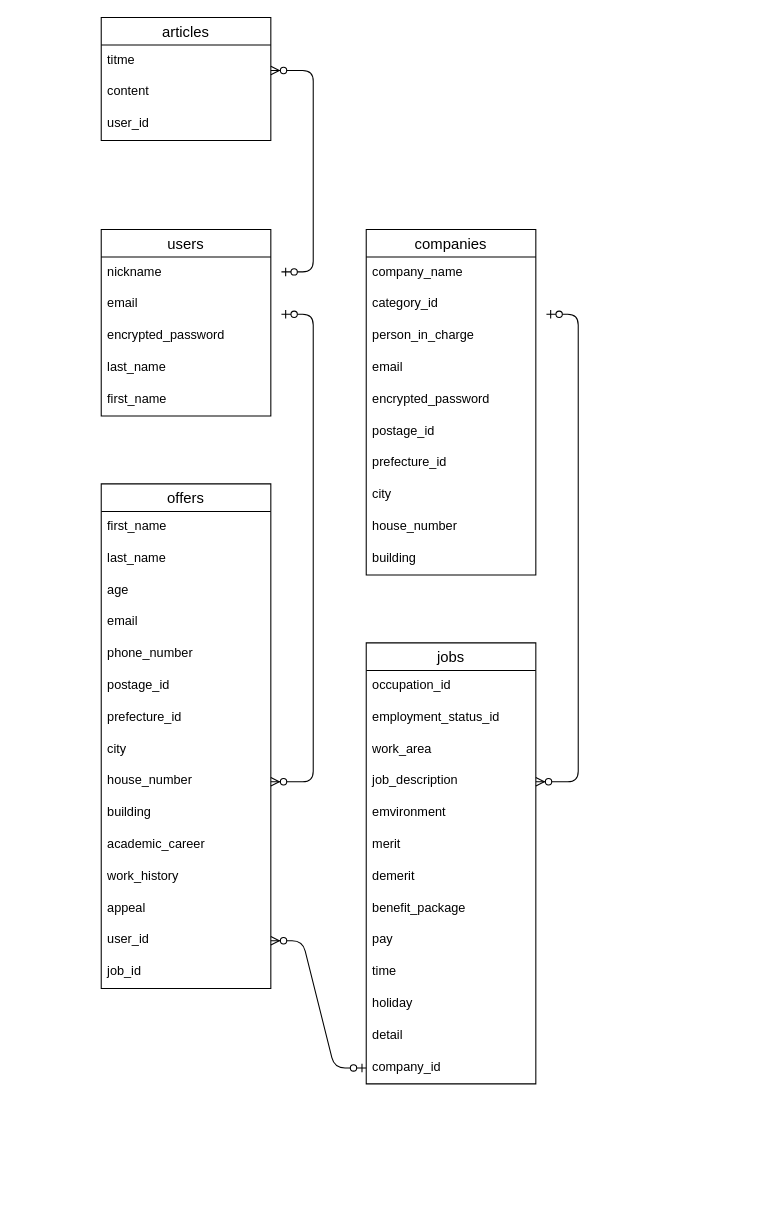
The draw.io diagram tsunagu.dio in dwarfsawfish/tsunagu, before the edit. Source tidied: cells renumbered, new cells numbered last; positions are measured from the earlier drawing's top-left corner, leaving out a move shared by most shapes. Both pictures are drawn from the tidied source at 106%, with x=0, y=0 at pixel (101, 17).
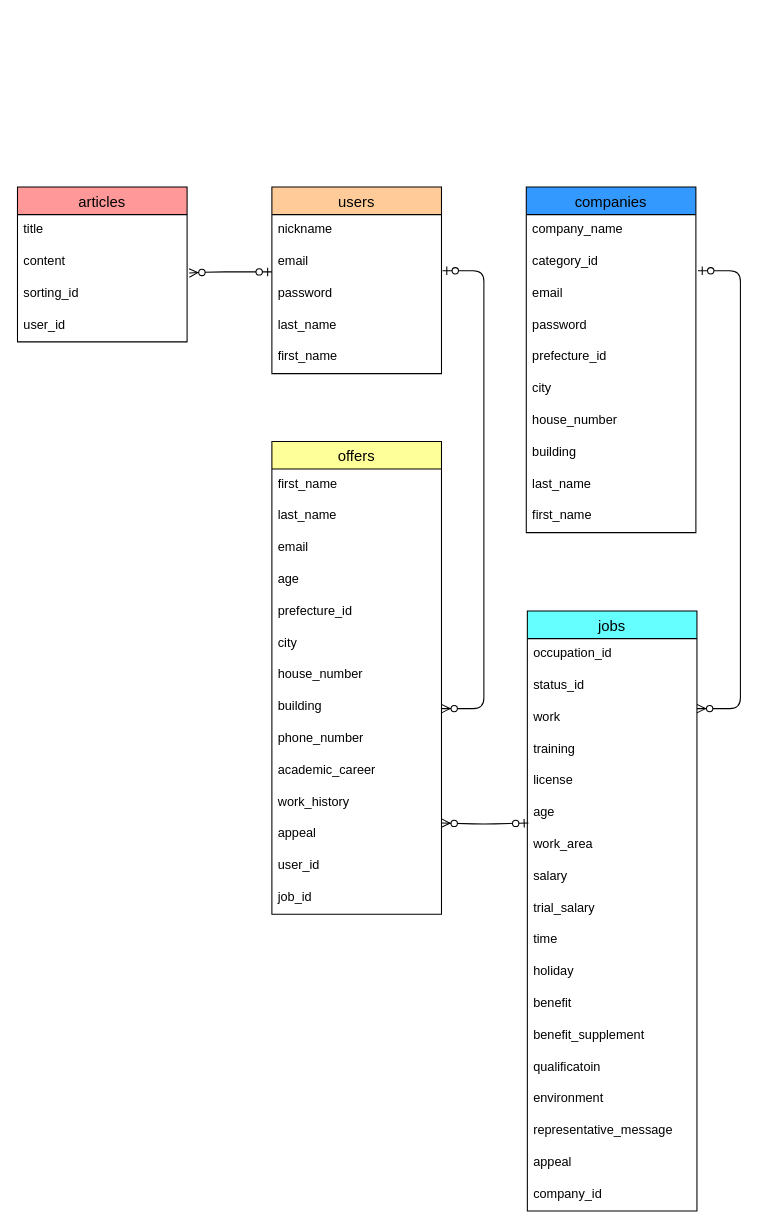
Above is the later version.

What changed in the source:
```diff
@@
-    <mxCell id="2" value="users" style="swimlane;fontStyle=0;horizontal=1;startSize=26;align=center;fontSize=14;" parent="1" vertex="1">
-      <mxGeometry y="200" width="160" height="176" as="geometry" />
+    <mxCell id="2" value="users" style="swimlane;fontStyle=0;horizontal=1;startSize=26;align=center;fontSize=14;fillColor=#FFCC99;" parent="1" vertex="1">
+      <mxGeometry x="161" y="160" width="160" height="176" as="geometry" />
     </mxCell>
@@
-    <mxCell id="5" value="encrypted_password" style="text;strokeColor=none;fillColor=none;spacingLeft=4;spacingRight=4;overflow=hidden;fontSize=12;" parent="2" vertex="1">
+    <mxCell id="5" value="password" style="text;strokeColor=none;fillColor=none;spacingLeft=4;spacingRight=4;overflow=hidden;fontSize=12;" parent="2" vertex="1">
       <mxGeometry y="86" width="160" height="30" as="geometry" />
     </mxCell>
@@
-    <mxCell id="8" value="offers" style="swimlane;fontStyle=0;horizontal=1;startSize=26;align=center;fontSize=14;" parent="1" vertex="1">
-      <mxGeometry y="440" width="160" height="476" as="geometry" />
+    <mxCell id="8" value="offers" style="swimlane;fontStyle=0;horizontal=1;startSize=26;align=center;fontSize=14;fillColor=#FFFF99;" parent="1" vertex="1">
+      <mxGeometry x="161" y="400" width="160" height="446" as="geometry" />
     </mxCell>
@@
+    <mxCell id="12" value="email" style="text;strokeColor=none;fillColor=none;spacingLeft=4;spacingRight=4;overflow=hidden;fontSize=12;" parent="8" vertex="1">
+      <mxGeometry y="86" width="160" height="30" as="geometry" />
+    </mxCell>
     <mxCell id="11" value="age" style="text;strokeColor=none;fillColor=none;spacingLeft=4;spacingRight=4;overflow=hidden;fontSize=12;" parent="8" vertex="1">
-      <mxGeometry y="86" width="160" height="30" as="geometry" />
+      <mxGeometry y="116" width="160" height="30" as="geometry" />
     </mxCell>
-    <mxCell id="12" value="email" style="text;strokeColor=none;fillColor=none;spacingLeft=4;spacingRight=4;overflow=hidden;fontSize=12;" parent="8" vertex="1">
-      <mxGeometry y="116" width="160" height="30" as="geometry" />
-    </mxCell>
-    <mxCell id="13" value="phone_number" style="text;strokeColor=none;fillColor=none;spacingLeft=4;spacingRight=4;overflow=hidden;fontSize=12;" parent="8" vertex="1">
-      <mxGeometry y="146" width="160" height="30" as="geometry" />
-    </mxCell>
-    <mxCell id="14" value="postage_id" style="text;strokeColor=none;fillColor=none;spacingLeft=4;spacingRight=4;overflow=hidden;fontSize=12;" parent="8" vertex="1">
-      <mxGeometry y="176" width="160" height="30" as="geometry" />
-    </mxCell>
     <mxCell id="15" value="prefecture_id" style="text;strokeColor=none;fillColor=none;spacingLeft=4;spacingRight=4;overflow=hidden;fontSize=12;" parent="8" vertex="1">
-      <mxGeometry y="206" width="160" height="30" as="geometry" />
+      <mxGeometry y="146" width="160" height="30" as="geometry" />
     </mxCell>
     <mxCell id="16" value="city" style="text;strokeColor=none;fillColor=none;spacingLeft=4;spacingRight=4;overflow=hidden;fontSize=12;" parent="8" vertex="1">
-      <mxGeometry y="236" width="160" height="30" as="geometry" />
+      <mxGeometry y="176" width="160" height="30" as="geometry" />
     </mxCell>
     <mxCell id="17" value="house_number" style="text;strokeColor=none;fillColor=none;spacingLeft=4;spacingRight=4;overflow=hidden;points=[[0,0.5],[1,0.5]];portConstraint=eastwest;fontSize=12;" parent="8" vertex="1">
-      <mxGeometry y="266" width="160" height="30" as="geometry" />
+      <mxGeometry y="206" width="160" height="30" as="geometry" />
     </mxCell>
     <mxCell id="18" value="building" style="text;strokeColor=none;fillColor=none;spacingLeft=4;spacingRight=4;overflow=hidden;fontSize=12;" parent="8" vertex="1">
-      <mxGeometry y="296" width="160" height="30" as="geometry" />
+      <mxGeometry y="236" width="160" height="30" as="geometry" />
     </mxCell>
+    <mxCell id="13" value="phone_number" style="text;strokeColor=none;fillColor=none;spacingLeft=4;spacingRight=4;overflow=hidden;fontSize=12;" parent="8" vertex="1">
+      <mxGeometry y="266" width="160" height="30" as="geometry" />
+    </mxCell>
     <mxCell id="19" value="academic_career" style="text;strokeColor=none;fillColor=none;spacingLeft=4;spacingRight=4;overflow=hidden;fontSize=12;" parent="8" vertex="1">
-      <mxGeometry y="326" width="160" height="30" as="geometry" />
+      <mxGeometry y="296" width="160" height="30" as="geometry" />
     </mxCell>
     <mxCell id="20" value="work_history" style="text;strokeColor=none;fillColor=none;spacingLeft=4;spacingRight=4;overflow=hidden;fontSize=12;" parent="8" vertex="1">
-      <mxGeometry y="356" width="160" height="30" as="geometry" />
+      <mxGeometry y="326" width="160" height="30" as="geometry" />
     </mxCell>
     <mxCell id="21" value="appeal" style="text;strokeColor=none;fillColor=none;spacingLeft=4;spacingRight=4;overflow=hidden;fontSize=12;" parent="8" vertex="1">
-      <mxGeometry y="386" width="160" height="30" as="geometry" />
+      <mxGeometry y="356" width="160" height="30" as="geometry" />
     </mxCell>
     <mxCell id="22" value="user_id" style="text;strokeColor=none;fillColor=none;spacingLeft=4;spacingRight=4;overflow=hidden;points=[[0,0.5],[1,0.5]];portConstraint=eastwest;fontSize=12;" parent="8" vertex="1">
-      <mxGeometry y="416" width="160" height="30" as="geometry" />
+      <mxGeometry y="386" width="160" height="30" as="geometry" />
     </mxCell>
     <mxCell id="23" value="job_id" style="text;strokeColor=none;fillColor=none;spacingLeft=4;spacingRight=4;overflow=hidden;fontSize=12;" parent="8" vertex="1">
-      <mxGeometry y="446" width="160" height="30" as="geometry" />
+      <mxGeometry y="416" width="160" height="30" as="geometry" />
     </mxCell>
-    <mxCell id="24" value="companies" style="swimlane;fontStyle=0;horizontal=1;startSize=26;align=center;fontSize=14;" parent="1" vertex="1">
-      <mxGeometry x="250" y="200" width="160" height="326" as="geometry" />
+    <mxCell id="24" value="companies" style="swimlane;fontStyle=0;horizontal=1;startSize=26;align=center;fontSize=14;fillColor=#3399FF;" parent="1" vertex="1">
+      <mxGeometry x="401" y="160" width="160" height="326" as="geometry" />
     </mxCell>
@@
-    <mxCell id="27" value="person_in_charge" style="text;strokeColor=none;fillColor=none;spacingLeft=4;spacingRight=4;overflow=hidden;fontSize=12;" parent="24" vertex="1">
-      <mxGeometry y="86" width="160" height="30" as="geometry" />
-    </mxCell>
     <mxCell id="28" value="email&#10;" style="text;strokeColor=none;fillColor=none;spacingLeft=4;spacingRight=4;overflow=hidden;fontSize=12;" parent="24" vertex="1">
-      <mxGeometry y="116" width="160" height="30" as="geometry" />
+      <mxGeometry y="86" width="160" height="30" as="geometry" />
     </mxCell>
-    <mxCell id="29" value="encrypted_password" style="text;strokeColor=none;fillColor=none;spacingLeft=4;spacingRight=4;overflow=hidden;fontSize=12;" parent="24" vertex="1">
-      <mxGeometry y="146" width="160" height="30" as="geometry" />
+    <mxCell id="29" value="password" style="text;strokeColor=none;fillColor=none;spacingLeft=4;spacingRight=4;overflow=hidden;fontSize=12;" parent="24" vertex="1">
+      <mxGeometry y="116" width="160" height="30" as="geometry" />
     </mxCell>
-    <mxCell id="30" value="postage_id" style="text;strokeColor=none;fillColor=none;spacingLeft=4;spacingRight=4;overflow=hidden;fontSize=12;" parent="24" vertex="1">
-      <mxGeometry y="176" width="160" height="30" as="geometry" />
-    </mxCell>
     <mxCell id="31" value="prefecture_id" style="text;strokeColor=none;fillColor=none;spacingLeft=4;spacingRight=4;overflow=hidden;fontSize=12;" parent="24" vertex="1">
-      <mxGeometry y="206" width="160" height="30" as="geometry" />
+      <mxGeometry y="146" width="160" height="30" as="geometry" />
     </mxCell>
     <mxCell id="32" value="city" style="text;strokeColor=none;fillColor=none;spacingLeft=4;spacingRight=4;overflow=hidden;fontSize=12;" parent="24" vertex="1">
-      <mxGeometry y="236" width="160" height="30" as="geometry" />
+      <mxGeometry y="176" width="160" height="30" as="geometry" />
     </mxCell>
     <mxCell id="33" value="house_number" style="text;strokeColor=none;fillColor=none;spacingLeft=4;spacingRight=4;overflow=hidden;fontSize=12;" parent="24" vertex="1">
-      <mxGeometry y="266" width="160" height="30" as="geometry" />
+      <mxGeometry y="206" width="160" height="30" as="geometry" />
     </mxCell>
     <mxCell id="34" value="building" style="text;strokeColor=none;fillColor=none;spacingLeft=4;spacingRight=4;overflow=hidden;fontSize=12;" parent="24" vertex="1">
-      <mxGeometry y="296" width="160" height="30" as="geometry" />
+      <mxGeometry y="236" width="160" height="30" as="geometry" />
     </mxCell>
+    <mxCell id="57" value="last_name" style="text;strokeColor=none;fillColor=none;spacingLeft=4;spacingRight=4;overflow=hidden;fontSize=12;" parent="24" vertex="1">
+      <mxGeometry y="266" width="160" height="30" as="geometry" />
+    </mxCell>
+    <mxCell id="58" value="first_name" style="text;strokeColor=none;fillColor=none;spacingLeft=4;spacingRight=4;overflow=hidden;fontSize=12;" parent="24" vertex="1">
+      <mxGeometry y="296" width="160" height="30" as="geometry" />
+    </mxCell>
-    <mxCell id="35" value="jobs" style="swimlane;fontStyle=0;horizontal=1;startSize=26;align=center;fontSize=14;" parent="1" vertex="1">
-      <mxGeometry x="250" y="590" width="160" height="416" as="geometry" />
+    <mxCell id="35" value="jobs" style="swimlane;fontStyle=0;horizontal=1;startSize=26;align=center;fontSize=14;fillColor=#66FFFF;" parent="1" vertex="1">
+      <mxGeometry x="402" y="560" width="160" height="566" as="geometry" />
     </mxCell>
@@
-    <mxCell id="37" value="employment_status_id" style="text;strokeColor=none;fillColor=none;spacingLeft=4;spacingRight=4;overflow=hidden;fontSize=12;" parent="35" vertex="1">
+    <mxCell id="37" value="status_id" style="text;strokeColor=none;fillColor=none;spacingLeft=4;spacingRight=4;overflow=hidden;fontSize=12;" parent="35" vertex="1">
       <mxGeometry y="56" width="160" height="30" as="geometry" />
     </mxCell>
+    <mxCell id="39" value="work" style="text;strokeColor=none;fillColor=none;spacingLeft=4;spacingRight=4;overflow=hidden;points=[[0,0.5],[1,0.5]];portConstraint=eastwest;fontSize=12;" parent="35" vertex="1">
+      <mxGeometry y="86" width="160" height="30" as="geometry" />
+    </mxCell>
+    <mxCell id="59" value="training" style="text;strokeColor=none;fillColor=none;spacingLeft=4;spacingRight=4;overflow=hidden;fontSize=12;" parent="35" vertex="1">
+      <mxGeometry y="116" width="160" height="30" as="geometry" />
+    </mxCell>
+    <mxCell id="60" value="license" style="text;strokeColor=none;fillColor=none;spacingLeft=4;spacingRight=4;overflow=hidden;fontSize=12;" parent="35" vertex="1">
+      <mxGeometry y="146" width="160" height="30" as="geometry" />
+    </mxCell>
+    <mxCell id="61" value="age" style="text;strokeColor=none;fillColor=none;spacingLeft=4;spacingRight=4;overflow=hidden;fontSize=12;" parent="35" vertex="1">
+      <mxGeometry y="176" width="160" height="30" as="geometry" />
+    </mxCell>
     <mxCell id="38" value="work_area" style="text;strokeColor=none;fillColor=none;spacingLeft=4;spacingRight=4;overflow=hidden;fontSize=12;" parent="35" vertex="1">
-      <mxGeometry y="86" width="160" height="30" as="geometry" />
+      <mxGeometry y="206" width="160" height="30" as="geometry" />
     </mxCell>
-    <mxCell id="39" value="job_description" style="text;strokeColor=none;fillColor=none;spacingLeft=4;spacingRight=4;overflow=hidden;points=[[0,0.5],[1,0.5]];portConstraint=eastwest;fontSize=12;" parent="35" vertex="1">
-      <mxGeometry y="116" width="160" height="30" as="geometry" />
-    </mxCell>
-    <mxCell id="40" value="emvironment" style="text;strokeColor=none;fillColor=none;spacingLeft=4;spacingRight=4;overflow=hidden;fontSize=12;" parent="35" vertex="1">
-      <mxGeometry y="146" width="160" height="30" as="geometry" />
-    </mxCell>
-    <mxCell id="41" value="merit" style="text;strokeColor=none;fillColor=none;spacingLeft=4;spacingRight=4;overflow=hidden;fontSize=12;" parent="35" vertex="1">
-      <mxGeometry y="176" width="160" height="30" as="geometry" />
-    </mxCell>
-    <mxCell id="42" value="demerit" style="text;strokeColor=none;fillColor=none;spacingLeft=4;spacingRight=4;overflow=hidden;fontSize=12;" parent="35" vertex="1">
-      <mxGeometry y="206" width="160" height="30" as="geometry" />
-    </mxCell>
-    <mxCell id="43" value="benefit_package" style="text;strokeColor=none;fillColor=none;spacingLeft=4;spacingRight=4;overflow=hidden;fontSize=12;" parent="35" vertex="1">
-      <mxGeometry y="236" width="160" height="30" as="geometry" />
-    </mxCell>
-    <mxCell id="44" value="pay" style="text;strokeColor=none;fillColor=none;spacingLeft=4;spacingRight=4;overflow=hidden;fontSize=12;" parent="35" vertex="1">
-      <mxGeometry y="266" width="160" height="30" as="geometry" />
-    </mxCell>
+    <mxCell id="62" value="salary" style="text;strokeColor=none;fillColor=none;spacingLeft=4;spacingRight=4;overflow=hidden;fontSize=12;" parent="35" vertex="1">
+      <mxGeometry y="236" width="160" height="30" as="geometry" />
+    </mxCell>
+    <mxCell id="63" value="trial_salary" style="text;strokeColor=none;fillColor=none;spacingLeft=4;spacingRight=4;overflow=hidden;fontSize=12;" parent="35" vertex="1">
+      <mxGeometry y="266" width="160" height="30" as="geometry" />
+    </mxCell>
@@
-    <mxCell id="47" value="detail" style="text;strokeColor=none;fillColor=none;spacingLeft=4;spacingRight=4;overflow=hidden;fontSize=12;" parent="35" vertex="1">
+    <mxCell id="47" value="benefit" style="text;strokeColor=none;fillColor=none;spacingLeft=4;spacingRight=4;overflow=hidden;fontSize=12;" parent="35" vertex="1">
       <mxGeometry y="356" width="160" height="30" as="geometry" />
     </mxCell>
+    <mxCell id="43" value="benefit_supplement" style="text;strokeColor=none;fillColor=none;spacingLeft=4;spacingRight=4;overflow=hidden;fontSize=12;" parent="35" vertex="1">
+      <mxGeometry y="386" width="160" height="30" as="geometry" />
+    </mxCell>
+    <mxCell id="64" value="qualificatoin" style="text;strokeColor=none;fillColor=none;spacingLeft=4;spacingRight=4;overflow=hidden;fontSize=12;" parent="35" vertex="1">
+      <mxGeometry y="416" width="160" height="30" as="geometry" />
+    </mxCell>
+    <mxCell id="40" value="environment" style="text;strokeColor=none;fillColor=none;spacingLeft=4;spacingRight=4;overflow=hidden;fontSize=12;" parent="35" vertex="1">
+      <mxGeometry y="446" width="160" height="30" as="geometry" />
+    </mxCell>
+    <mxCell id="42" value="representative_message" style="text;strokeColor=none;fillColor=none;spacingLeft=4;spacingRight=4;overflow=hidden;fontSize=12;" parent="35" vertex="1">
+      <mxGeometry y="476" width="160" height="30" as="geometry" />
+    </mxCell>
+    <mxCell id="65" value="appeal" style="text;strokeColor=none;fillColor=none;spacingLeft=4;spacingRight=4;overflow=hidden;fontSize=12;" parent="35" vertex="1">
+      <mxGeometry y="506" width="160" height="30" as="geometry" />
+    </mxCell>
     <mxCell id="48" value="company_id" style="text;strokeColor=none;fillColor=none;spacingLeft=4;spacingRight=4;overflow=hidden;points=[[0,0.5],[1,0.5]];portConstraint=eastwest;fontSize=12;" parent="35" vertex="1">
-      <mxGeometry y="386" width="160" height="30" as="geometry" />
+      <mxGeometry y="536" width="160" height="30" as="geometry" />
     </mxCell>
-    <mxCell id="49" style="edgeStyle=entityRelationEdgeStyle;fontSize=12;html=1;endArrow=ERzeroToMany;startArrow=ERzeroToOne;entryX=1;entryY=0.5;entryDx=0;entryDy=0;" parent="1" edge="1" target="39">
-      <mxGeometry relative="1" as="geometry">
-        <mxPoint x="420" y="280" as="sourcePoint" />
-      </mxGeometry>
-    </mxCell>
-    <mxCell id="50" style="edgeStyle=entityRelationEdgeStyle;fontSize=12;html=1;endArrow=ERzeroToMany;startArrow=ERzeroToOne;" parent="1" edge="1" target="17">
+    <mxCell id="50" style="fontSize=12;html=1;endArrow=ERzeroToMany;startArrow=ERzeroToOne;exitX=1.006;exitY=0.733;exitDx=0;exitDy=0;exitPerimeter=0;entryX=1;entryY=0.5;entryDx=0;entryDy=0;edgeStyle=orthogonalEdgeStyle;" parent="1" edge="1">
       <mxGeometry relative="1" as="geometry">
-        <mxPoint x="170" y="280" as="sourcePoint" />
+        <mxPoint x="322" y="239" as="sourcePoint" />
+        <mxPoint x="321" y="652" as="targetPoint" />
+        <Array as="points">
+          <mxPoint x="361" y="239" />
+          <mxPoint x="361" y="652" />
+        </Array>
       </mxGeometry>
     </mxCell>
-    <mxCell id="51" value="articles" style="swimlane;fontStyle=0;horizontal=1;startSize=26;align=center;fontSize=14;" parent="1" vertex="1">
-      <mxGeometry width="160" height="116" as="geometry" />
+    <mxCell id="51" value="articles" style="swimlane;fontStyle=0;horizontal=1;startSize=26;align=center;fontSize=14;fillColor=#FF9999;" parent="1" vertex="1">
+      <mxGeometry x="-79" y="160" width="160" height="146" as="geometry" />
     </mxCell>
-    <mxCell id="52" value="titme" style="text;strokeColor=none;fillColor=none;spacingLeft=4;spacingRight=4;overflow=hidden;points=[[0,0.5],[1,0.5]];portConstraint=eastwest;fontSize=12;" parent="51" vertex="1">
+    <mxCell id="52" value="title" style="text;strokeColor=none;fillColor=none;spacingLeft=4;spacingRight=4;overflow=hidden;points=[[0,0.5],[1,0.5]];portConstraint=eastwest;fontSize=12;" parent="51" vertex="1">
       <mxGeometry y="26" width="160" height="30" as="geometry" />
     </mxCell>
@@
+    <mxCell id="66" value="sorting_id" style="text;strokeColor=none;fillColor=none;spacingLeft=4;spacingRight=4;overflow=hidden;fontSize=12;" parent="51" vertex="1">
+      <mxGeometry y="86" width="160" height="30" as="geometry" />
+    </mxCell>
     <mxCell id="54" value="user_id" style="text;strokeColor=none;fillColor=none;spacingLeft=4;spacingRight=4;overflow=hidden;fontSize=12;" parent="51" vertex="1">
-      <mxGeometry y="86" width="160" height="30" as="geometry" />
+      <mxGeometry y="116" width="160" height="30" as="geometry" />
     </mxCell>
-    <mxCell id="55" style="edgeStyle=entityRelationEdgeStyle;fontSize=12;html=1;endArrow=ERzeroToMany;startArrow=ERzeroToOne;entryX=1;entryY=0.8;entryDx=0;entryDy=0;entryPerimeter=0;" parent="1" edge="1" target="52">
-      <mxGeometry relative="1" as="geometry">
-        <mxPoint x="170" y="240" as="sourcePoint" />
-      </mxGeometry>
-    </mxCell>
-    <mxCell id="56" style="edgeStyle=entityRelationEdgeStyle;fontSize=12;html=1;endArrow=ERzeroToMany;startArrow=ERzeroToOne;exitX=0;exitY=0.5;exitDx=0;exitDy=0;" parent="1" edge="1" source="48" target="22">
-      <mxGeometry relative="1" as="geometry" />
+    <mxCell id="56" style="fontSize=12;html=1;endArrow=ERzeroToMany;startArrow=ERzeroToOne;" parent="1" edge="1">
+      <mxGeometry relative="1" as="geometry">
+        <mxPoint x="403" y="760" as="sourcePoint" />
+        <mxPoint x="321" y="760" as="targetPoint" />
+        <Array as="points">
+          <mxPoint x="403" y="760" />
+          <mxPoint x="361" y="761" />
+        </Array>
+      </mxGeometry>
     </mxCell>
+    <mxCell id="67" style="fontSize=12;html=1;endArrow=ERzeroToMany;startArrow=ERzeroToOne;exitX=1.006;exitY=0.733;exitDx=0;exitDy=0;exitPerimeter=0;entryX=1;entryY=0.5;entryDx=0;entryDy=0;edgeStyle=orthogonalEdgeStyle;" parent="1" edge="1">
+      <mxGeometry relative="1" as="geometry">
+        <mxPoint x="563" y="239" as="sourcePoint" />
+        <mxPoint x="562" y="652" as="targetPoint" />
+        <Array as="points">
+          <mxPoint x="603" y="239" />
+          <mxPoint x="603" y="652" />
+        </Array>
+      </mxGeometry>
+    </mxCell>
+    <mxCell id="68" style="fontSize=12;html=1;endArrow=ERzeroToMany;startArrow=ERzeroToOne;entryX=1.025;entryY=0.833;entryDx=0;entryDy=0;entryPerimeter=0;" parent="1" edge="1">
+      <mxGeometry relative="1" as="geometry">
+        <mxPoint x="161" y="240" as="sourcePoint" />
+        <mxPoint x="83" y="241" as="targetPoint" />
+        <Array as="points">
+          <mxPoint x="149" y="240" />
+          <mxPoint x="107" y="240" />
+        </Array>
+      </mxGeometry>
+    </mxCell>
```
